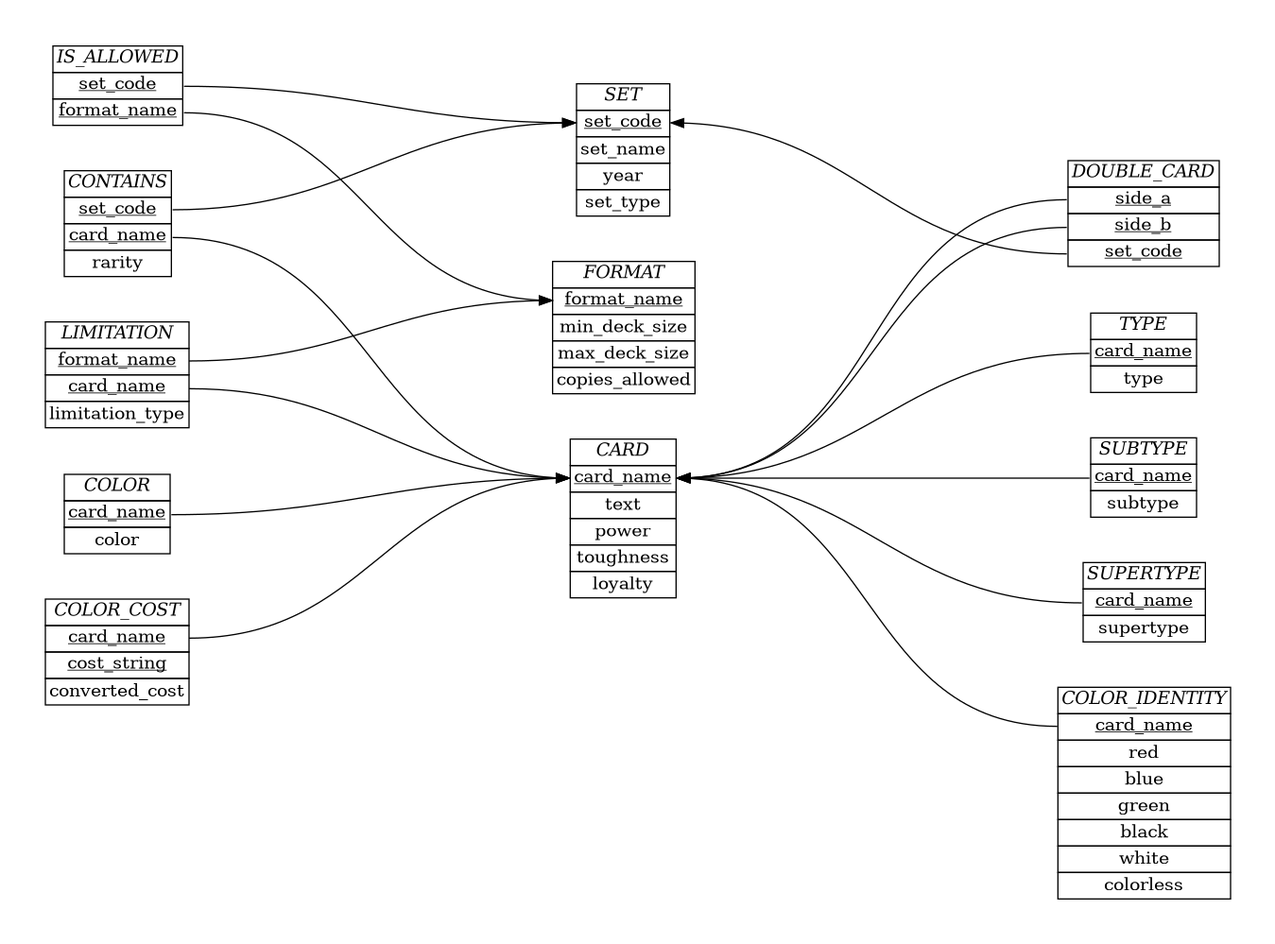
Above: schema/ER_diagram.png in akilmarshall/trumark (Graphviz), before the change. Its source is kept beside it as schema/ER_diagram.dot.
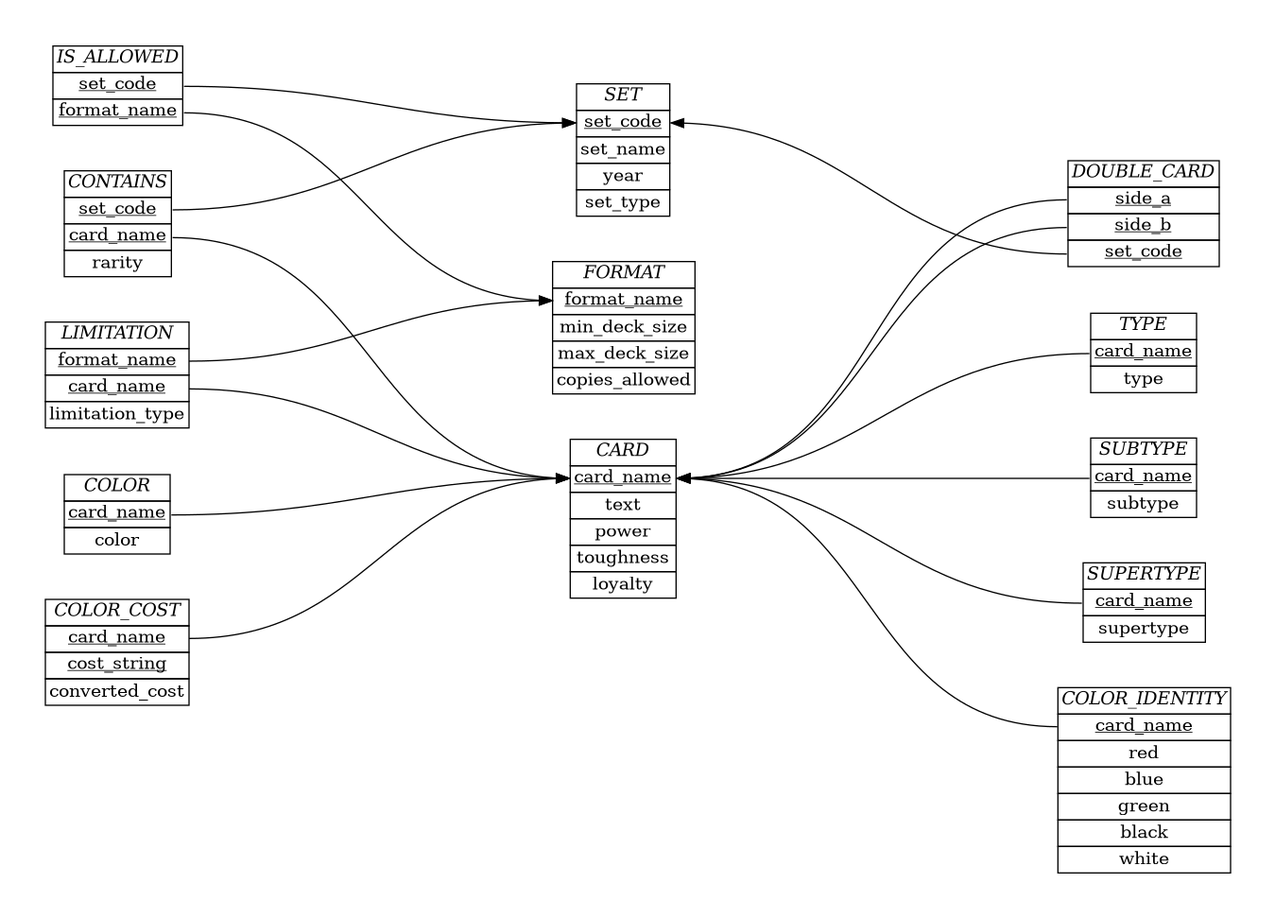
After the commit.

Commit message:
removed colorless from COLOR_IDENTITY

Change to the diagram source:
```diff
@@ -91,7 +91,6 @@
         <tr><td port="4">green</td></tr>
         <tr><td port="5">black</td></tr>
         <tr><td port="6">white</td></tr>
-        <tr><td port="7">colorless</td></tr>
         </table>>];
 
     Color_cost [label=<
```
